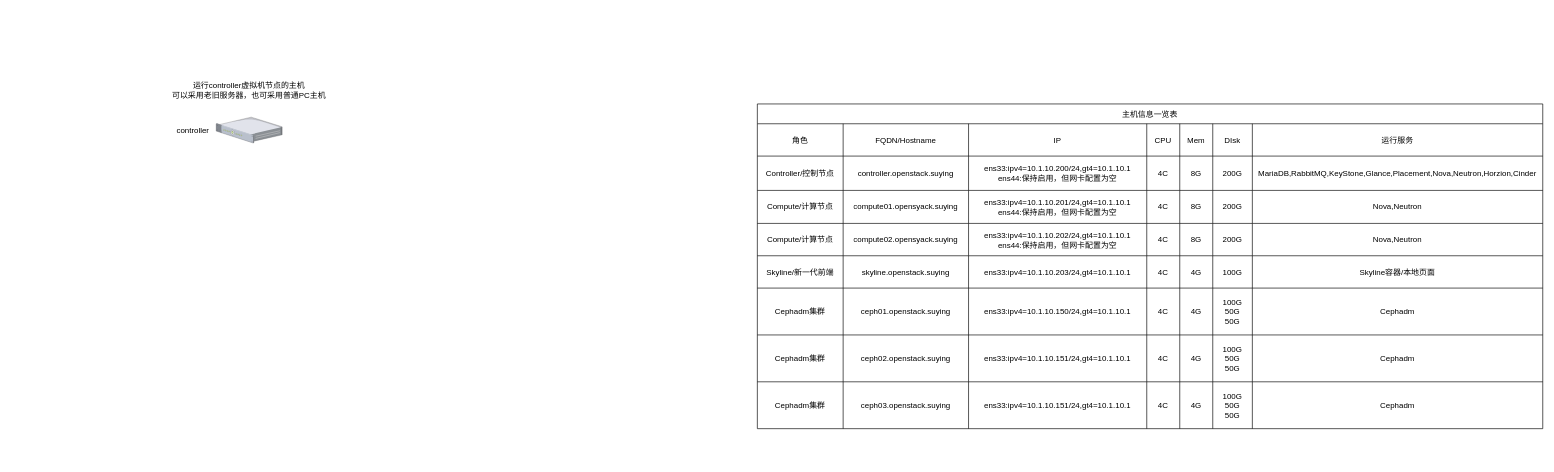
Above: page "第 1 页" (1 of 2) of 新一版结构图.drawio in lrAltas/DrwaIO (draw.io), before the change. Source tidied: cells renumbered, new cells numbered last; positions are measured from the earlier drawing's top-left corner, leaving out a move shared by most shapes. Both pictures are drawn from the tidied source at 66%, with x=0, y=0 at pixel (163, 77).
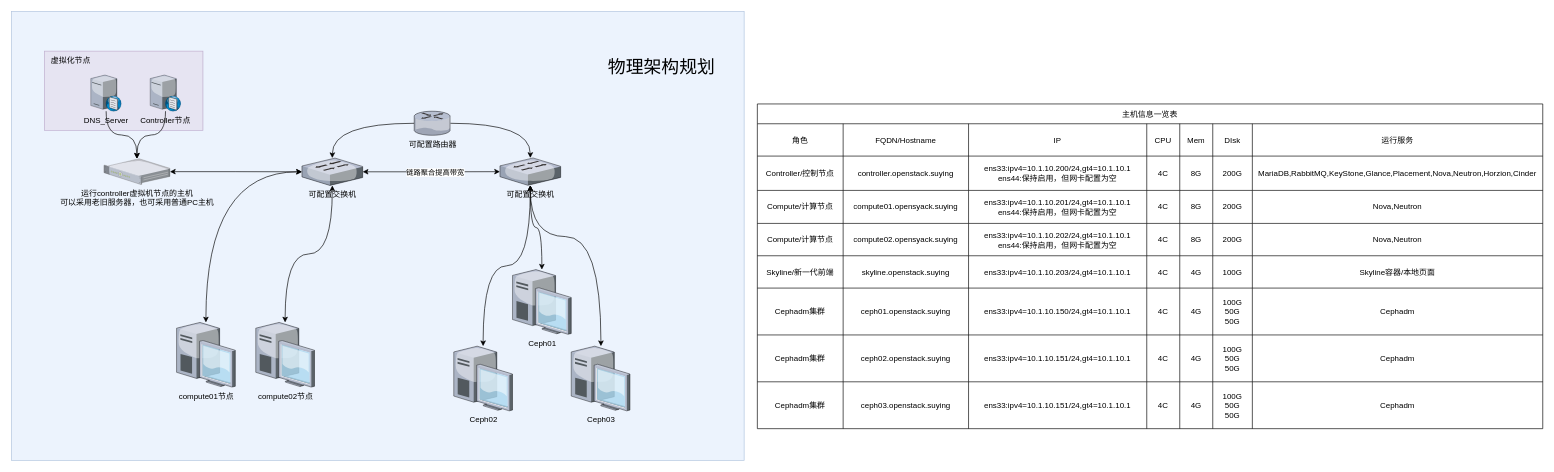
Above is the later version.

Commit message (it also covers changes not shown here):
更新新一版结构图.drawio

The edit, as a diff of the source:
```diff
@@
+    <mxCell id="70" style="rounded=0;whiteSpace=wrap;html=1;fillColor=#dae8fc;strokeColor=#6c8ebf;opacity=50;" parent="1" vertex="1">
+      <mxGeometry x="-230" y="-100" width="1110" height="680" as="geometry" />
+    </mxCell>
+    <mxCell id="71" style="rounded=0;whiteSpace=wrap;html=1;fillColor=#e1d5e7;strokeColor=#9673a6;opacity=50;" parent="1" vertex="1">
+      <mxGeometry x="-180" y="-40" width="240" height="120" as="geometry" />
+    </mxCell>
+    <mxCell id="72" style="edgeStyle=orthogonalEdgeStyle;rounded=0;jettySize=auto;html=1;startArrow=classic;startFill=1;" parent="1" edge="1" source="2" target="77">
+      <mxGeometry relative="1" as="geometry" />
+    </mxCell>
-    <mxCell id="2" style="verticalLabelPosition=bottom;sketch=0;html=1;verticalAlign=top;strokeColor=none;align=center;outlineConnect=0;shape=mxgraph.citrix.1u_2u_server;" parent="1" vertex="1">
-      <mxGeometry x="80" y="60" width="100" height="39.1" as="geometry" />
+    <mxCell id="2" value="&lt;div&gt;运行controller虚拟机节点的主机&lt;/div&gt;&lt;div&gt;&lt;div&gt;可以采用老旧服务器，也可采用普通PC主机&lt;/div&gt;&lt;br&gt;&lt;/div&gt;" style="verticalLabelPosition=bottom;sketch=0;html=1;verticalAlign=top;strokeColor=none;align=center;outlineConnect=0;shape=mxgraph.citrix.1u_2u_server;strokeWidth=0;" parent="1" vertex="1">
+      <mxGeometry x="-90" y="123" width="100" height="39.1" as="geometry" />
     </mxCell>
-    <mxCell id="3" value="&lt;div&gt;运行controller虚拟机节点的主机&lt;/div&gt;&lt;div&gt;可以采用老旧服务器，也可采用普通PC主机&lt;/div&gt;" style="text;html=1;whiteSpace=wrap;strokeColor=none;fillColor=none;align=center;verticalAlign=middle;rounded=0;" parent="1" vertex="1">
-      <mxGeometry width="260" height="40" as="geometry" />
-    </mxCell>
-    <mxCell id="4" value="controller" style="text;html=1;whiteSpace=wrap;strokeColor=none;fillColor=none;align=center;verticalAlign=middle;rounded=0;" parent="1" vertex="1">
-      <mxGeometry x="10" y="64.6" width="70" height="30" as="geometry" />
-    </mxCell>
@@
+    <mxCell id="73" style="edgeStyle=orthogonalEdgeStyle;rounded=0;jettySize=auto;html=1;curved=1;startArrow=classic;startFill=1;" parent="1" edge="1" source="77" target="81">
+      <mxGeometry relative="1" as="geometry" />
+    </mxCell>
+    <mxCell id="74" style="edgeStyle=orthogonalEdgeStyle;rounded=0;jettySize=auto;html=1;curved=1;startArrow=classic;startFill=1;" parent="1" edge="1" source="77" target="82">
+      <mxGeometry relative="1" as="geometry" />
+    </mxCell>
+    <mxCell id="75" style="edgeStyle=orthogonalEdgeStyle;rounded=0;jettySize=auto;html=1;startArrow=classic;startFill=1;" parent="1" edge="1" source="77" target="86">
+      <mxGeometry relative="1" as="geometry" />
+    </mxCell>
+    <mxCell id="76" value="链路聚合提高带宽" style="edgeLabel;html=1;align=center;verticalAlign=middle;" parent="75" vertex="1">
+      <mxGeometry x="0.06" y="-1" relative="1" as="geometry" />
+    </mxCell>
+    <mxCell id="77" value="可配置交换机" style="verticalLabelPosition=bottom;sketch=0;html=1;verticalAlign=top;strokeColor=none;align=center;outlineConnect=0;shape=mxgraph.citrix.switch;" parent="1" vertex="1">
+      <mxGeometry x="210" y="122" width="92" height="41.5" as="geometry" />
+    </mxCell>
+    <mxCell id="78" style="edgeStyle=orthogonalEdgeStyle;rounded=0;jettySize=auto;html=1;curved=1;" parent="1" edge="1" source="80" target="77">
+      <mxGeometry relative="1" as="geometry" />
+    </mxCell>
+    <mxCell id="79" style="edgeStyle=orthogonalEdgeStyle;rounded=0;jettySize=auto;html=1;curved=1;" parent="1" edge="1" source="80" target="86">
+      <mxGeometry relative="1" as="geometry" />
+    </mxCell>
+    <mxCell id="80" value="可配置路由器" style="verticalLabelPosition=bottom;sketch=0;html=1;verticalAlign=top;strokeColor=none;align=center;outlineConnect=0;shape=mxgraph.citrix.router;" parent="1" vertex="1">
+      <mxGeometry x="380" y="51" width="55" height="36.5" as="geometry" />
+    </mxCell>
+    <mxCell id="81" value="compute01节点" style="verticalLabelPosition=bottom;sketch=0;html=1;verticalAlign=top;strokeColor=none;align=center;outlineConnect=0;shape=mxgraph.citrix.desktop;" parent="1" vertex="1">
+      <mxGeometry x="20" y="371" width="89" height="98" as="geometry" />
+    </mxCell>
+    <mxCell id="82" value="compute02节点" style="verticalLabelPosition=bottom;sketch=0;html=1;verticalAlign=top;strokeColor=none;align=center;outlineConnect=0;shape=mxgraph.citrix.desktop;" parent="1" vertex="1">
+      <mxGeometry x="140" y="371" width="89" height="98" as="geometry" />
+    </mxCell>
+    <mxCell id="83" style="edgeStyle=orthogonalEdgeStyle;rounded=0;jettySize=auto;html=1;curved=1;startArrow=classic;startFill=1;" parent="1" edge="1" source="86" target="87">
+      <mxGeometry relative="1" as="geometry" />
+    </mxCell>
+    <mxCell id="84" style="edgeStyle=orthogonalEdgeStyle;rounded=0;jettySize=auto;html=1;startArrow=classic;startFill=1;curved=1;" parent="1" edge="1" source="86" target="88">
+      <mxGeometry relative="1" as="geometry" />
+    </mxCell>
+    <mxCell id="85" style="edgeStyle=orthogonalEdgeStyle;rounded=0;jettySize=auto;html=1;curved=1;startArrow=classic;startFill=1;" parent="1" edge="1" source="86" target="89">
+      <mxGeometry relative="1" as="geometry">
+        <Array as="points">
+          <mxPoint x="556" y="241" />
+          <mxPoint x="663" y="241" />
+        </Array>
+      </mxGeometry>
+    </mxCell>
+    <mxCell id="86" value="可配置交换机" style="verticalLabelPosition=bottom;sketch=0;html=1;verticalAlign=top;strokeColor=none;align=center;outlineConnect=0;shape=mxgraph.citrix.switch;" parent="1" vertex="1">
+      <mxGeometry x="510" y="121.8" width="92" height="41.5" as="geometry" />
+    </mxCell>
+    <mxCell id="87" value="Ceph02" style="verticalLabelPosition=bottom;sketch=0;html=1;verticalAlign=top;strokeColor=none;align=center;outlineConnect=0;shape=mxgraph.citrix.desktop;" parent="1" vertex="1">
+      <mxGeometry x="440" y="407" width="89" height="98" as="geometry" />
+    </mxCell>
+    <mxCell id="88" value="Ceph01" style="verticalLabelPosition=bottom;sketch=0;html=1;verticalAlign=top;strokeColor=none;align=center;outlineConnect=0;shape=mxgraph.citrix.desktop;" parent="1" vertex="1">
+      <mxGeometry x="529" y="291" width="89" height="98" as="geometry" />
+    </mxCell>
+    <mxCell id="89" value="Ceph03" style="verticalLabelPosition=bottom;sketch=0;html=1;verticalAlign=top;strokeColor=none;align=center;outlineConnect=0;shape=mxgraph.citrix.desktop;" parent="1" vertex="1">
+      <mxGeometry x="618" y="407" width="89" height="98" as="geometry" />
+    </mxCell>
+    <mxCell id="90" style="edgeStyle=orthogonalEdgeStyle;rounded=0;jettySize=auto;html=1;curved=1;" parent="1" edge="1" source="91" target="2">
+      <mxGeometry relative="1" as="geometry" />
+    </mxCell>
+    <mxCell id="91" value="DNS_Server" style="verticalLabelPosition=bottom;sketch=0;html=1;verticalAlign=top;strokeColor=none;align=center;outlineConnect=0;shape=mxgraph.citrix.dns_server;" parent="1" vertex="1">
+      <mxGeometry x="-110" y="-5.2" width="46.5" height="56.2" as="geometry" />
+    </mxCell>
+    <mxCell id="92" style="edgeStyle=orthogonalEdgeStyle;rounded=0;jettySize=auto;html=1;curved=1;" parent="1" edge="1" source="93" target="2">
+      <mxGeometry relative="1" as="geometry" />
+    </mxCell>
+    <mxCell id="93" value="Controller节点" style="verticalLabelPosition=bottom;sketch=0;html=1;verticalAlign=top;strokeColor=none;align=center;outlineConnect=0;shape=mxgraph.citrix.dns_server;" parent="1" vertex="1">
+      <mxGeometry x="-20" y="-5.2" width="46.5" height="56.2" as="geometry" />
+    </mxCell>
+    <mxCell id="94" value="虚拟化节点" style="text;html=1;whiteSpace=wrap;strokeColor=none;fillColor=none;align=center;verticalAlign=middle;rounded=0;" parent="1" vertex="1">
+      <mxGeometry x="-180" y="-40" width="80" height="30" as="geometry" />
+    </mxCell>
+    <mxCell id="95" value="&lt;font style=&quot;font-size: 27px;&quot;&gt;物理架构规划&lt;/font&gt;" style="text;html=1;whiteSpace=wrap;strokeColor=none;fillColor=none;align=center;verticalAlign=middle;rounded=0;" parent="1" vertex="1">
+      <mxGeometry x="660" y="-40" width="190" height="50" as="geometry" />
+    </mxCell>
```
